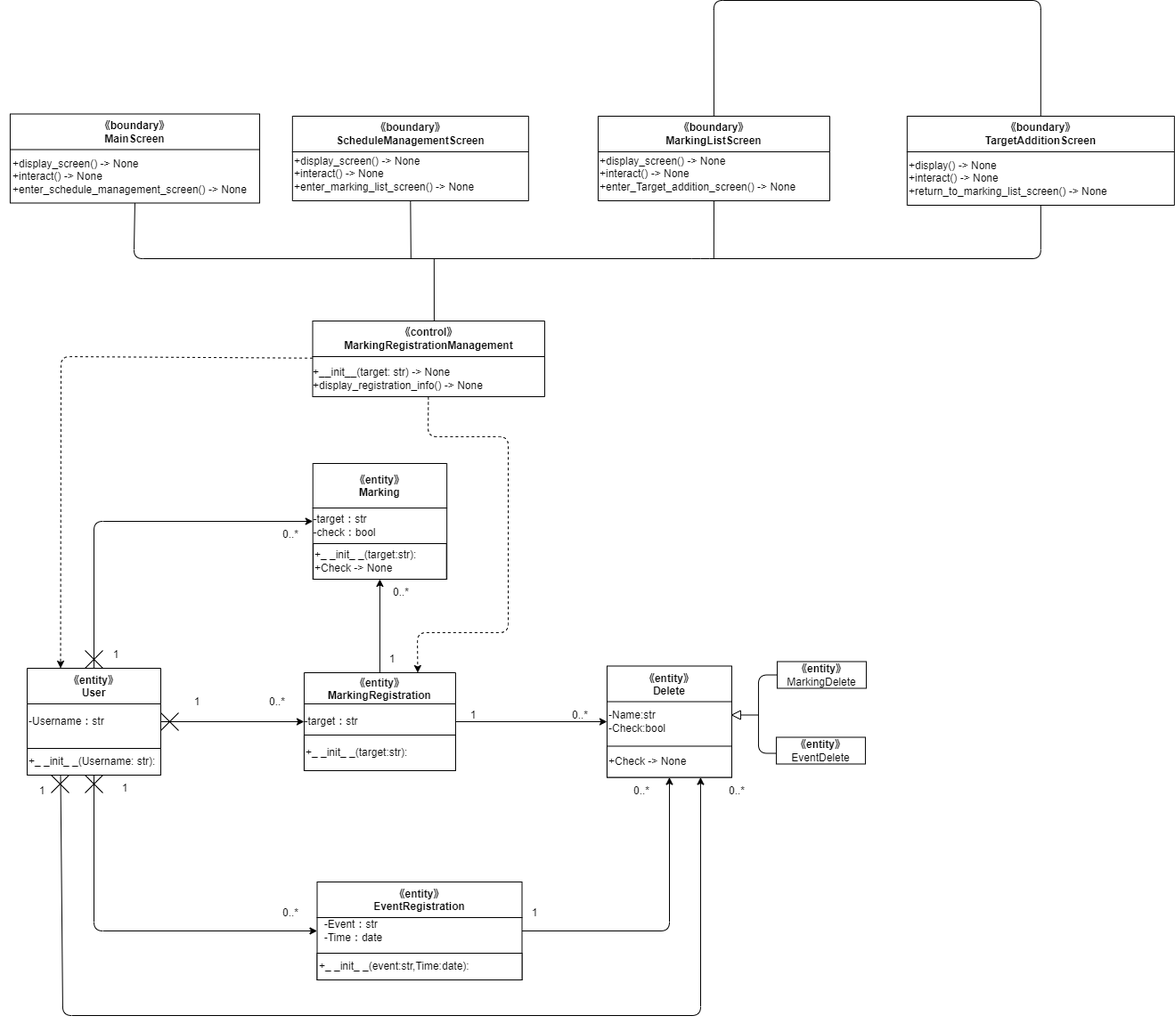
Hu-Hanxu/First-App-Self-Management- keeps this draw.io diagram as Design/設計Class7.drawio.png. Above is the earlier version. Source tidied: cells renumbered, new cells last; positions are measured from the earlier drawing's top-left corner, leaving out a move shared by most shapes.
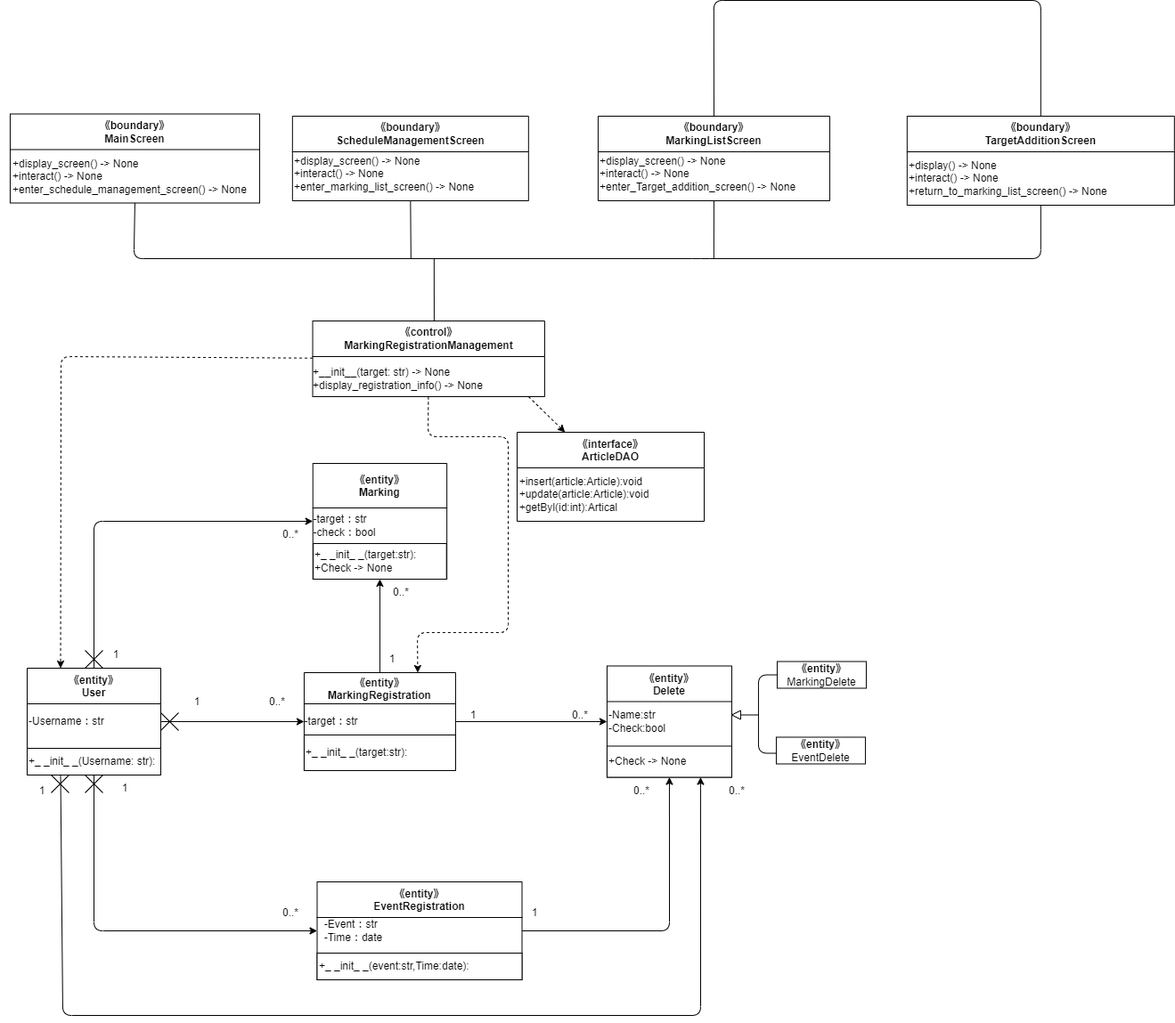
After the change.

The edit, as a diff of the source:
```diff
@@ -289,5 +289,16 @@
         </Array>
       </mxGeometry>
     </mxCell>
+    <mxCell id="72" style="edgeStyle=none;html=1;dashed=1;" parent="1" edge="1" target="73">
+      <mxGeometry relative="1" as="geometry">
+        <mxPoint x="592.8" y="445" as="sourcePoint" />
+      </mxGeometry>
+    </mxCell>
+    <mxCell id="73" value="《interface》&#10;ArticleDAO" style="swimlane;startSize=40;" parent="1" vertex="1">
+      <mxGeometry x="580" y="485" width="210" height="100" as="geometry" />
+    </mxCell>
+    <mxCell id="74" value="&lt;div style=&quot;text-align: left;&quot;&gt;&lt;span style=&quot;background-color: initial;&quot;&gt;+insert(article:Article):void&lt;/span&gt;&lt;/div&gt;&lt;div style=&quot;text-align: left;&quot;&gt;&lt;span style=&quot;background-color: initial;&quot;&gt;+update(article:Article):void&lt;/span&gt;&lt;/div&gt;&lt;div style=&quot;text-align: left;&quot;&gt;&lt;span style=&quot;background-color: initial;&quot;&gt;+getByl(id:int):Artical&lt;/span&gt;&lt;/div&gt;" style="text;html=1;align=center;verticalAlign=middle;strokeColor=none;fillColor=none;" parent="73" vertex="1">
+      <mxGeometry x="-10" y="40" width="170" height="60" as="geometry" />
+    </mxCell>
   </root>
 </mxGraphModel>
```
